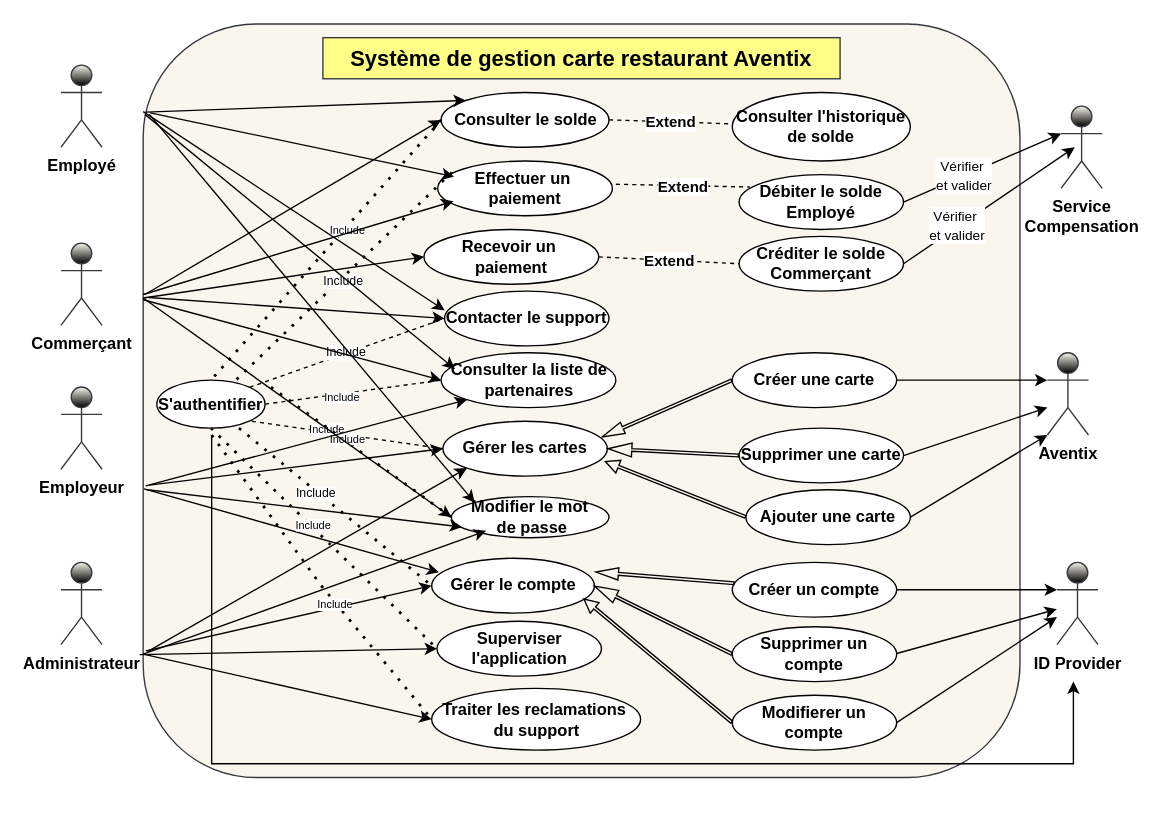
Before: Avnetix.drawio in msisitr/aventix-design, a draw.io diagram. Source tidied: cells renumbered, new cells numbered last; positions are measured from the earlier drawing's top-left corner, leaving out a move shared by most shapes. Both pictures are drawn from the tidied source at 137%, with x=0, y=0 at pixel (60, 23).
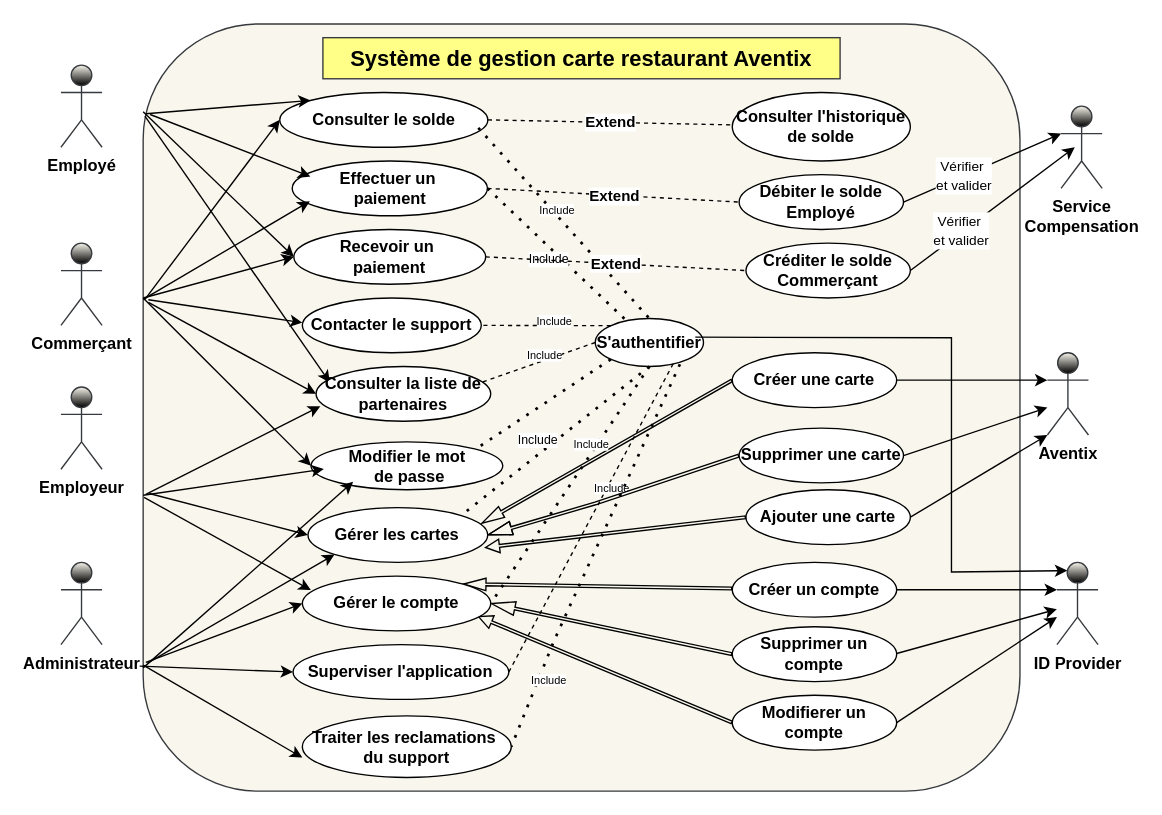
Above is the later version.

Commit message (it also covers changes not shown here):
Mettre à jour Avnetix.drawio

The change refers to these unchanged cells:
```xml
<mxCell id="26" value="Supprimer une carte" style="ellipse;whiteSpace=wrap;html=1;fontStyle=1;" parent="1" vertex="1">
  <mxGeometry x="495" y="295" width="120" height="40" as="geometry" />
</mxCell>
<mxCell id="30" value="Créer un compte" style="ellipse;whiteSpace=wrap;html=1;fontStyle=1;" parent="1" vertex="1">
  <mxGeometry x="490" y="393" width="120" height="40" as="geometry" />
</mxCell>
<mxCell id="32" value="Supprimer un compte" style="ellipse;whiteSpace=wrap;html=1;fontStyle=1;" parent="1" vertex="1">
  <mxGeometry x="490" y="440" width="120" height="40" as="geometry" />
</mxCell>
<mxCell id="37" value="Débiter le solde Employé" style="ellipse;whiteSpace=wrap;html=1;fontStyle=1;" parent="1" vertex="1">
  <mxGeometry x="495" y="110" width="120" height="40" as="geometry" />
</mxCell>
<mxCell id="67" value="ID Provider" style="shape=umlActor;verticalLabelPosition=bottom;verticalAlign=top;html=1;outlineConnect=0;fillColor=#F9F7ED;strokeColor=#36393d;fontStyle=1;strokeWidth=1;gradientColor=default;" parent="1" vertex="1">
  <mxGeometry x="727" y="393" width="30" height="60" as="geometry" />
</mxCell>
```

What changed in the source:
```diff
@@
     <mxCell id="2" style="rounded=1;whiteSpace=wrap;html=1;fillColor=#f9f7ed;strokeColor=#36393d;fontStyle=1;" parent="1" vertex="1">
-      <mxGeometry x="60" width="640" height="550" as="geometry" />
+      <mxGeometry x="60" width="640" height="560" as="geometry" />
     </mxCell>
@@
     <mxCell id="5" value="&lt;div&gt;&lt;span&gt;Effectuer un&amp;nbsp;&lt;/span&gt;&lt;/div&gt;&lt;div&gt;&lt;span&gt;paiement &lt;/span&gt;&lt;/div&gt;" style="ellipse;whiteSpace=wrap;html=1;fontStyle=1;" parent="1" vertex="1">
-      <mxGeometry x="275" y="100" width="127.5" height="40" as="geometry" />
+      <mxGeometry x="168.8" y="100" width="142.5" height="40" as="geometry" />
     </mxCell>
-    <mxCell id="6" value="&lt;span&gt;Gérer le compte&lt;/span&gt;" style="ellipse;whiteSpace=wrap;html=1;fontStyle=1;" parent="1" vertex="1">
-      <mxGeometry x="270.6" y="390" width="118.8" height="40" as="geometry" />
-    </mxCell>
     <mxCell id="7" value="S'authentifier" style="ellipse;whiteSpace=wrap;html=1;fontStyle=1;" parent="1" vertex="1">
-      <mxGeometry x="70" y="260" width="79" height="35" as="geometry" />
+      <mxGeometry x="390" y="215" width="79" height="35" as="geometry" />
     </mxCell>
-    <mxCell id="8" value="&lt;span&gt;Gérer les cartes&lt;/span&gt;" style="ellipse;whiteSpace=wrap;html=1;fontStyle=1;" parent="1" vertex="1">
-      <mxGeometry x="278.8" y="290" width="120" height="40" as="geometry" />
-    </mxCell>
@@
     <mxCell id="11" value="&lt;span&gt;Consulter le solde&lt;/span&gt;" style="ellipse;whiteSpace=wrap;html=1;fontStyle=1;" parent="1" vertex="1">
-      <mxGeometry x="277.5" y="50" width="122.5" height="40" as="geometry" />
+      <mxGeometry x="159.7" y="50" width="151.9" height="40" as="geometry" />
     </mxCell>
-    <mxCell id="12" style="endArrow=none;dashed=1;html=1;dashPattern=1 3;strokeWidth=2;rounded=0;exitX=0.081;exitY=0.21;exitDx=0;exitDy=0;exitPerimeter=0;fontStyle=1;" parent="1" edge="1" source="5" target="7">
+    <mxCell id="12" style="endArrow=none;dashed=1;html=1;dashPattern=1 3;strokeWidth=2;rounded=0;exitX=1;exitY=0.5;exitDx=0;exitDy=0;fontStyle=1;" parent="1" edge="1" source="5" target="7">
       <mxGeometry relative="1" as="geometry" />
     </mxCell>
@@
-    <mxCell id="14" style="endArrow=none;dashed=1;html=1;rounded=0;entryX=1;entryY=1;entryDx=0;entryDy=0;exitX=0;exitY=0.5;exitDx=0;exitDy=0;fontStyle=1;" parent="1" edge="1" source="8" target="7">
+    <mxCell id="14" style="endArrow=none;dashed=1;html=1;rounded=0;entryX=0.732;entryY=0.891;entryDx=0;entryDy=0;exitX=1;exitY=0.5;exitDx=0;exitDy=0;fontStyle=1;entryPerimeter=0;" parent="1" edge="1" source="51" target="7">
       <mxGeometry relative="1" as="geometry" />
     </mxCell>
@@
-    <mxCell id="16" style="endArrow=none;dashed=1;html=1;dashPattern=1 3;strokeWidth=2;rounded=0;entryX=0.5;entryY=0;entryDx=0;entryDy=0;exitX=0;exitY=0.5;exitDx=0;exitDy=0;fontStyle=1;fontColor=#FFFF99;labelBorderColor=light-dark(#00ffff, #ededed);" parent="1" edge="1" source="11" target="7">
+    <mxCell id="16" style="endArrow=none;dashed=1;html=1;dashPattern=1 3;strokeWidth=2;rounded=0;entryX=0.5;entryY=0;entryDx=0;entryDy=0;exitX=0.954;exitY=0.645;exitDx=0;exitDy=0;fontStyle=1;fontColor=#FFFF99;labelBorderColor=light-dark(#00ffff, #ededed);exitPerimeter=0;" parent="1" edge="1" source="11" target="7">
       <mxGeometry relative="1" as="geometry" />
     </mxCell>
     <mxCell id="17" value="Include" style="edgeLabel;html=1;align=center;verticalAlign=middle;fontStyle=0;fontSize=8;" parent="16" vertex="1">
       <mxGeometry x="0.01" relative="1" as="geometry">
-        <mxPoint x="16" y="-15" as="offset" />
+        <mxPoint x="-6" y="-10" as="offset" />
       </mxGeometry>
     </mxCell>
-    <mxCell id="18" style="endArrow=none;dashed=1;html=1;dashPattern=1 3;strokeWidth=2;rounded=0;exitX=0.759;exitY=1;exitDx=0;exitDy=0;entryX=0;entryY=0.5;entryDx=0;entryDy=0;exitPerimeter=0;fontStyle=1;" parent="1" edge="1" source="7" target="6">
+    <mxCell id="18" style="endArrow=none;dashed=1;html=1;dashPattern=1 3;strokeWidth=2;rounded=0;exitX=0.5;exitY=1;exitDx=0;exitDy=0;entryX=1;entryY=0;entryDx=0;entryDy=0;fontStyle=1;" parent="1" edge="1" source="7" target="8">
       <mxGeometry relative="1" as="geometry" />
     </mxCell>
@@
     <mxCell id="28" style="shape=flexArrow;endArrow=classic;html=1;rounded=0;width=2;endSize=5.46;exitX=0;exitY=0.5;exitDx=0;exitDy=0;endWidth=7;fontStyle=1;entryX=1;entryY=0.5;entryDx=0;entryDy=0;" parent="1" edge="1" source="26" target="8">
-      <mxGeometry relative="1" as="geometry" />
+      <mxGeometry relative="1" as="geometry">
+        <Array as="points">
+          <mxPoint x="390" y="350" />
+        </Array>
+      </mxGeometry>
     </mxCell>
@@
-    <mxCell id="31" style="shape=flexArrow;endArrow=classic;html=1;rounded=0;width=2;endSize=5.14;endWidth=6;fontStyle=1;" parent="1" edge="1" source="30">
-      <mxGeometry relative="1" as="geometry">
-        <mxPoint x="390" y="400" as="targetPoint" />
-      </mxGeometry>
+    <mxCell id="31" style="shape=flexArrow;endArrow=classic;html=1;rounded=0;width=2;endSize=5.14;endWidth=6;fontStyle=1;entryX=1;entryY=0;entryDx=0;entryDy=0;" parent="1" edge="1" source="30" target="6">
+      <mxGeometry relative="1" as="geometry" />
     </mxCell>
@@
-    <mxCell id="34" style="shape=flexArrow;endArrow=classic;html=1;rounded=0;width=2;endSize=5.46;exitX=0;exitY=0.5;exitDx=0;exitDy=0;endWidth=7;fontStyle=1;" parent="1" edge="1" source="32">
-      <mxGeometry relative="1" as="geometry">
-        <mxPoint x="389" y="410" as="targetPoint" />
-      </mxGeometry>
+    <mxCell id="34" style="shape=flexArrow;endArrow=classic;html=1;rounded=0;width=2;endSize=5.46;exitX=0;exitY=0.5;exitDx=0;exitDy=0;endWidth=7;fontStyle=1;entryX=1;entryY=0.5;entryDx=0;entryDy=0;" parent="1" edge="1" source="32" target="6">
+      <mxGeometry relative="1" as="geometry" />
     </mxCell>
@@
     <mxCell id="36" value="Créditer le solde Commerçant" style="ellipse;whiteSpace=wrap;html=1;fontStyle=1;" parent="1" vertex="1">
-      <mxGeometry x="495" y="155" width="120" height="40" as="geometry" />
+      <mxGeometry x="500" y="160" width="120" height="40" as="geometry" />
     </mxCell>
@@
     <mxCell id="41" value="&lt;div&gt;Modifier le mot&lt;/div&gt;&lt;div&gt;&amp;nbsp;de passe&lt;/div&gt;" style="ellipse;whiteSpace=wrap;html=1;fontStyle=1;" parent="1" vertex="1">
-      <mxGeometry x="285" y="345" width="115" height="30" as="geometry" />
+      <mxGeometry x="182.5" y="305" width="140" height="35" as="geometry" />
     </mxCell>
@@
-    <mxCell id="46" style="endArrow=none;dashed=1;html=1;dashPattern=1 3;strokeWidth=2;rounded=0;exitX=1;exitY=1;exitDx=0;exitDy=0;entryX=0;entryY=0.5;entryDx=0;entryDy=0;fontStyle=1;" parent="1" edge="1" target="41">
-      <mxGeometry relative="1" as="geometry">
-        <mxPoint x="153.3" y="265" as="sourcePoint" />
-      </mxGeometry>
+    <mxCell id="46" style="endArrow=none;dashed=1;html=1;dashPattern=1 3;strokeWidth=2;rounded=0;exitX=0;exitY=1;exitDx=0;exitDy=0;entryX=1;entryY=0;entryDx=0;entryDy=0;fontStyle=1;" parent="1" edge="1" source="7" target="41">
+      <mxGeometry relative="1" as="geometry" />
     </mxCell>
-    <mxCell id="47" value="Include" style="edgeLabel;html=1;align=center;verticalAlign=middle;fontStyle=0;fontSize=8;" parent="46" vertex="1">
-      <mxGeometry x="-0.01" y="6" relative="1" as="geometry">
-        <mxPoint x="-13" y="-4" as="offset" />
-      </mxGeometry>
-    </mxCell>
@@
     <mxCell id="50" value="Contacter le support " style="ellipse;whiteSpace=wrap;html=1;fontStyle=1;" parent="1" vertex="1">
-      <mxGeometry x="280" y="195" width="120" height="40" as="geometry" />
+      <mxGeometry x="176.2" y="200" width="130.6" height="40" as="geometry" />
     </mxCell>
     <mxCell id="51" value="Superviser l'application " style="ellipse;whiteSpace=wrap;html=1;fontStyle=1;" parent="1" vertex="1">
-      <mxGeometry x="274.5" y="436" width="120" height="40" as="geometry" />
+      <mxGeometry x="169.4" y="453" width="157.5" height="40" as="geometry" />
     </mxCell>
-    <mxCell id="52" value="Include" style="endArrow=none;dashed=1;html=1;rounded=0;exitX=1;exitY=0;exitDx=0;exitDy=0;fontStyle=0;entryX=0;entryY=0.5;entryDx=0;entryDy=0;fontSize=9;" parent="1" edge="1" source="7" target="50">
-      <mxGeometry relative="1" as="geometry" />
-    </mxCell>
-    <mxCell id="53" value="Consulter la liste de partenaires" style="ellipse;whiteSpace=wrap;html=1;fontStyle=1;" parent="1" vertex="1">
-      <mxGeometry x="277.5" y="240" width="127.5" height="40" as="geometry" />
-    </mxCell>
-    <mxCell id="54" value="Include" style="endArrow=none;dashed=1;html=1;rounded=0;exitX=1;exitY=0.5;exitDx=0;exitDy=0;fontStyle=0;entryX=0;entryY=0.5;entryDx=0;entryDy=0;fontSize=8;" parent="1" edge="1" source="7" target="53">
+    <mxCell id="54" value="Include" style="endArrow=none;dashed=1;html=1;rounded=0;exitX=0;exitY=0.5;exitDx=0;exitDy=0;fontStyle=0;entryX=0.938;entryY=0.3;entryDx=0;entryDy=0;fontSize=8;entryPerimeter=0;" parent="1" edge="1" source="7" target="53">
       <mxGeometry x="-0.14" y="-3" relative="1" as="geometry" />
     </mxCell>
@@
-    <mxCell id="56" style="endArrow=none;dashed=1;html=1;dashPattern=1 3;strokeWidth=2;rounded=0;entryX=0;entryY=0.5;entryDx=0;entryDy=0;fontStyle=1;exitX=0.5;exitY=1;exitDx=0;exitDy=0;" parent="1" edge="1" source="7" target="51">
-      <mxGeometry relative="1" as="geometry" />
+    <mxCell id="56" style="endArrow=none;dashed=1;html=1;dashPattern=1 3;strokeWidth=2;rounded=0;entryX=1;entryY=0.5;entryDx=0;entryDy=0;fontStyle=1;exitX=0.782;exitY=0.954;exitDx=0;exitDy=0;exitPerimeter=0;" parent="1" edge="1" source="7" target="60">
+      <mxGeometry relative="1" as="geometry">
+        <Array as="points">
+          <mxPoint x="360" y="450" />
+        </Array>
+      </mxGeometry>
     </mxCell>
-    <mxCell id="57" value="Include" style="edgeLabel;html=1;align=center;verticalAlign=middle;fontStyle=0;fontSize=8;" parent="56" vertex="1">
-      <mxGeometry x="-0.01" y="6" relative="1" as="geometry">
-        <mxPoint x="-12" y="-5" as="offset" />
-      </mxGeometry>
-    </mxCell>
-    <mxCell id="58" style="endArrow=classic;html=1;rounded=0;entryX=0;entryY=0.5;entryDx=0;entryDy=0;fontStyle=1;" parent="1" edge="1">
-      <mxGeometry relative="1" as="geometry">
-        <mxPoint x="60" y="64" as="sourcePoint" />
-        <mxPoint x="280" y="209" as="targetPoint" />
-      </mxGeometry>
-    </mxCell>
+    <mxCell id="91" value="Include" style="edgeLabel;html=1;align=center;verticalAlign=middle;fontSize=8;" parent="56" vertex="1">
+      <mxGeometry x="-0.03" y="2" relative="1" as="geometry">
+        <mxPoint x="-37" y="95" as="offset" />
+      </mxGeometry>
+    </mxCell>
-    <mxCell id="59" style="endArrow=classic;html=1;rounded=0;exitX=0.006;exitY=0.363;exitDx=0;exitDy=0;exitPerimeter=0;entryX=0;entryY=0.5;entryDx=0;entryDy=0;fontStyle=1;" parent="1" edge="1" source="2" target="50">
-      <mxGeometry relative="1" as="geometry" />
+    <mxCell id="59" style="endArrow=classic;html=1;rounded=0;exitX=0.006;exitY=0.363;exitDx=0;exitDy=0;exitPerimeter=0;entryX=0;entryY=0.5;entryDx=0;entryDy=0;fontStyle=1;" parent="1" edge="1">
+      <mxGeometry relative="1" as="geometry">
+        <mxPoint x="63.8" y="201.3" as="sourcePoint" />
+        <mxPoint x="176.2" y="218" as="targetPoint" />
+      </mxGeometry>
     </mxCell>
     <mxCell id="60" value="Traiter les reclamations&amp;nbsp; du support" style="ellipse;whiteSpace=wrap;html=1;fontStyle=1;" parent="1" vertex="1">
-      <mxGeometry x="270.6" y="485" width="152.5" height="45" as="geometry" />
+      <mxGeometry x="176.2" y="505" width="152.5" height="45" as="geometry" />
     </mxCell>
-    <mxCell id="61" style="endArrow=classic;html=1;rounded=0;entryX=0;entryY=0.5;entryDx=0;entryDy=0;fontStyle=1;" parent="1" edge="1" target="60">
+    <mxCell id="61" style="endArrow=classic;html=1;rounded=0;entryX=0;entryY=0.5;entryDx=0;entryDy=0;fontStyle=1;" parent="1" edge="1">
       <mxGeometry relative="1" as="geometry">
-        <mxPoint x="60" y="460" as="sourcePoint" />
+        <mxPoint x="60" y="468" as="sourcePoint" />
+        <mxPoint x="176.2" y="535.5" as="targetPoint" />
       </mxGeometry>
     </mxCell>
-    <mxCell id="62" style="endArrow=none;dashed=1;html=1;dashPattern=1 3;strokeWidth=2;rounded=0;entryX=0;entryY=0.5;entryDx=0;entryDy=0;fontStyle=1;" parent="1" edge="1" target="60">
-      <mxGeometry relative="1" as="geometry">
-        <mxPoint x="110" y="300" as="sourcePoint" />
-        <Array as="points">
-          <mxPoint x="190" y="410" />
-        </Array>
-      </mxGeometry>
-    </mxCell>
-    <mxCell id="63" value="Include" style="edgeLabel;html=1;align=center;verticalAlign=middle;fontStyle=0;fontSize=8;" parent="62" vertex="1">
-      <mxGeometry x="-0.01" y="6" relative="1" as="geometry">
-        <mxPoint x="8" y="22" as="offset" />
-      </mxGeometry>
-    </mxCell>
@@
-    <mxCell id="65" style="endArrow=classic;html=1;rounded=0;exitX=0;exitY=0.366;exitDx=0;exitDy=0;exitPerimeter=0;entryX=0;entryY=0.5;entryDx=0;entryDy=0;fontStyle=1;" parent="1" edge="1" source="2" target="53">
+    <mxCell id="65" style="endArrow=classic;html=1;rounded=0;exitX=0.006;exitY=0.363;exitDx=0;exitDy=0;exitPerimeter=0;entryX=0;entryY=0.5;entryDx=0;entryDy=0;fontStyle=1;" parent="1" edge="1" source="2" target="53">
       <mxGeometry relative="1" as="geometry" />
     </mxCell>
-    <mxCell id="66" style="endArrow=classic;html=1;rounded=0;exitX=0.003;exitY=0.613;exitDx=0;exitDy=0;exitPerimeter=0;entryX=0;entryY=1;entryDx=0;entryDy=0;fontStyle=1;" parent="1" edge="1" source="2" target="53">
+    <mxCell id="66" style="endArrow=classic;html=1;rounded=0;exitX=0.003;exitY=0.613;exitDx=0;exitDy=0;exitPerimeter=0;entryX=0.025;entryY=0.725;entryDx=0;entryDy=0;fontStyle=1;entryPerimeter=0;" parent="1" edge="1" source="2" target="53">
       <mxGeometry relative="1" as="geometry" />
     </mxCell>
@@
-    <mxCell id="76" value="&lt;div&gt;&lt;span&gt;Recevoir un&amp;nbsp;&lt;/span&gt;&lt;/div&gt;&lt;div&gt;&lt;span&gt;paiement &lt;/span&gt;&lt;/div&gt;" style="ellipse;whiteSpace=wrap;html=1;fontStyle=1;" parent="1" vertex="1">
-      <mxGeometry x="265" y="150" width="127.5" height="40" as="geometry" />
-    </mxCell>
-    <mxCell id="77" style="endArrow=none;dashed=1;html=1;rounded=0;exitX=1;exitY=0.5;exitDx=0;exitDy=0;fontStyle=1;entryX=0.065;entryY=0.225;entryDx=0;entryDy=0;entryPerimeter=0;" parent="1" edge="1" target="37">
-      <mxGeometry relative="1" as="geometry">
-        <mxPoint x="405" y="117" as="sourcePoint" />
-      </mxGeometry>
+    <mxCell id="77" style="endArrow=none;dashed=1;html=1;rounded=0;exitX=1;exitY=0.5;exitDx=0;exitDy=0;fontStyle=1;entryX=0;entryY=0.5;entryDx=0;entryDy=0;" parent="1" edge="1" source="5" target="37">
+      <mxGeometry relative="1" as="geometry" />
     </mxCell>
@@
-    <mxCell id="82" style="endArrow=classic;html=1;rounded=0;fontStyle=1;entryX=0;entryY=0;entryDx=0;entryDy=0;exitX=0.007;exitY=0.12;exitDx=0;exitDy=0;exitPerimeter=0;" parent="1" edge="1" source="2" target="41">
-      <mxGeometry relative="1" as="geometry" />
-    </mxCell>
@@
-    <mxCell id="84" style="endArrow=classic;html=1;rounded=0;entryX=0.067;entryY=0.74;entryDx=0;entryDy=0;fontStyle=1;entryPerimeter=0;" parent="1" edge="1" target="41">
+    <mxCell id="84" style="endArrow=classic;html=1;rounded=0;entryX=0.067;entryY=0.74;entryDx=0;entryDy=0;fontStyle=1;entryPerimeter=0;exitX=0;exitY=0.625;exitDx=0;exitDy=0;exitPerimeter=0;" parent="1" edge="1">
       <mxGeometry relative="1" as="geometry">
-        <mxPoint x="63" y="340" as="sourcePoint" />
+        <mxPoint x="60" y="344" as="sourcePoint" />
+        <mxPoint x="191.9" y="324.9" as="targetPoint" />
       </mxGeometry>
     </mxCell>
     <mxCell id="85" style="endArrow=classic;html=1;rounded=0;fontStyle=1;entryX=0.22;entryY=0.833;entryDx=0;entryDy=0;entryPerimeter=0;" parent="1" edge="1" target="41">
       <mxGeometry relative="1" as="geometry">
-        <mxPoint x="60" y="460" as="sourcePoint" />
+        <mxPoint x="60" y="470" as="sourcePoint" />
       </mxGeometry>
     </mxCell>
@@
-    <mxCell id="90" style="edgeStyle=orthogonalEdgeStyle;rounded=0;orthogonalLoop=1;jettySize=auto;html=1;" parent="1" edge="1">
-      <mxGeometry relative="1" as="geometry">
-        <mxPoint x="110" y="300" as="sourcePoint" />
-        <mxPoint x="739" y="480" as="targetPoint" />
-        <Array as="points">
-          <mxPoint x="110" y="300" />
-          <mxPoint x="110" y="540" />
-          <mxPoint x="739" y="540" />
-        </Array>
-      </mxGeometry>
-    </mxCell>
+    <mxCell id="8" value="&lt;span&gt;Gérer les cartes&lt;/span&gt;" style="ellipse;whiteSpace=wrap;html=1;fontStyle=1;" parent="1" vertex="1">
+      <mxGeometry x="180.3" y="353" width="131.2" height="40" as="geometry" />
+    </mxCell>
+    <mxCell id="53" value="Consulter la liste de partenaires" style="ellipse;whiteSpace=wrap;html=1;fontStyle=1;" parent="1" vertex="1">
+      <mxGeometry x="186.2" y="250" width="127.5" height="40" as="geometry" />
+    </mxCell>
+    <mxCell id="92" style="endArrow=none;dashed=1;html=1;dashPattern=1 3;strokeWidth=2;rounded=0;entryX=1;entryY=0.5;entryDx=0;entryDy=0;fontStyle=1;exitX=0.5;exitY=1;exitDx=0;exitDy=0;" parent="1" edge="1" source="7" target="6">
+      <mxGeometry relative="1" as="geometry" />
+    </mxCell>
+    <mxCell id="93" value="Include" style="edgeLabel;html=1;align=center;verticalAlign=middle;fontStyle=0;fontSize=8;" parent="92" vertex="1">
+      <mxGeometry x="-0.01" y="6" relative="1" as="geometry">
+        <mxPoint x="9" y="-32" as="offset" />
+      </mxGeometry>
+    </mxCell>
+    <mxCell id="6" value="&lt;span&gt;Gérer le compte&lt;/span&gt;" style="ellipse;whiteSpace=wrap;html=1;fontStyle=1;" parent="1" vertex="1">
+      <mxGeometry x="176.2" y="403" width="137.5" height="40" as="geometry" />
+    </mxCell>
+    <mxCell id="94" style="endArrow=classic;html=1;rounded=0;entryX=0;entryY=0.5;entryDx=0;entryDy=0;fontStyle=1;" parent="1" edge="1" target="76">
+      <mxGeometry relative="1" as="geometry">
+        <mxPoint x="60" y="64" as="sourcePoint" />
+      </mxGeometry>
+    </mxCell>
+    <mxCell id="76" value="&lt;div&gt;&lt;span&gt;Recevoir un&amp;nbsp;&lt;/span&gt;&lt;/div&gt;&lt;div&gt;&lt;span&gt;paiement &lt;/span&gt;&lt;/div&gt;" style="ellipse;whiteSpace=wrap;html=1;fontStyle=1;" parent="1" vertex="1">
+      <mxGeometry x="170" y="150" width="140" height="40" as="geometry" />
+    </mxCell>
+    <mxCell id="52" value="Include" style="endArrow=none;dashed=1;html=1;rounded=0;exitX=0;exitY=0;exitDx=0;exitDy=0;fontStyle=0;entryX=1;entryY=0.5;entryDx=0;entryDy=0;fontSize=8;" parent="1" edge="1" source="7" target="50">
+      <mxGeometry x="-0.14" y="-3" relative="1" as="geometry" />
+    </mxCell>
+    <mxCell id="95" style="endArrow=classic;html=1;rounded=0;exitX=0.924;exitY=0.389;exitDx=0;exitDy=0;exitPerimeter=0;entryX=0.25;entryY=0.1;entryDx=0;entryDy=0;entryPerimeter=0;" parent="1" edge="1" source="7" target="67">
+      <mxGeometry relative="1" as="geometry">
+        <Array as="points">
+          <mxPoint x="650" y="229" />
+          <mxPoint x="650" y="400" />
+        </Array>
+      </mxGeometry>
+    </mxCell>
```
